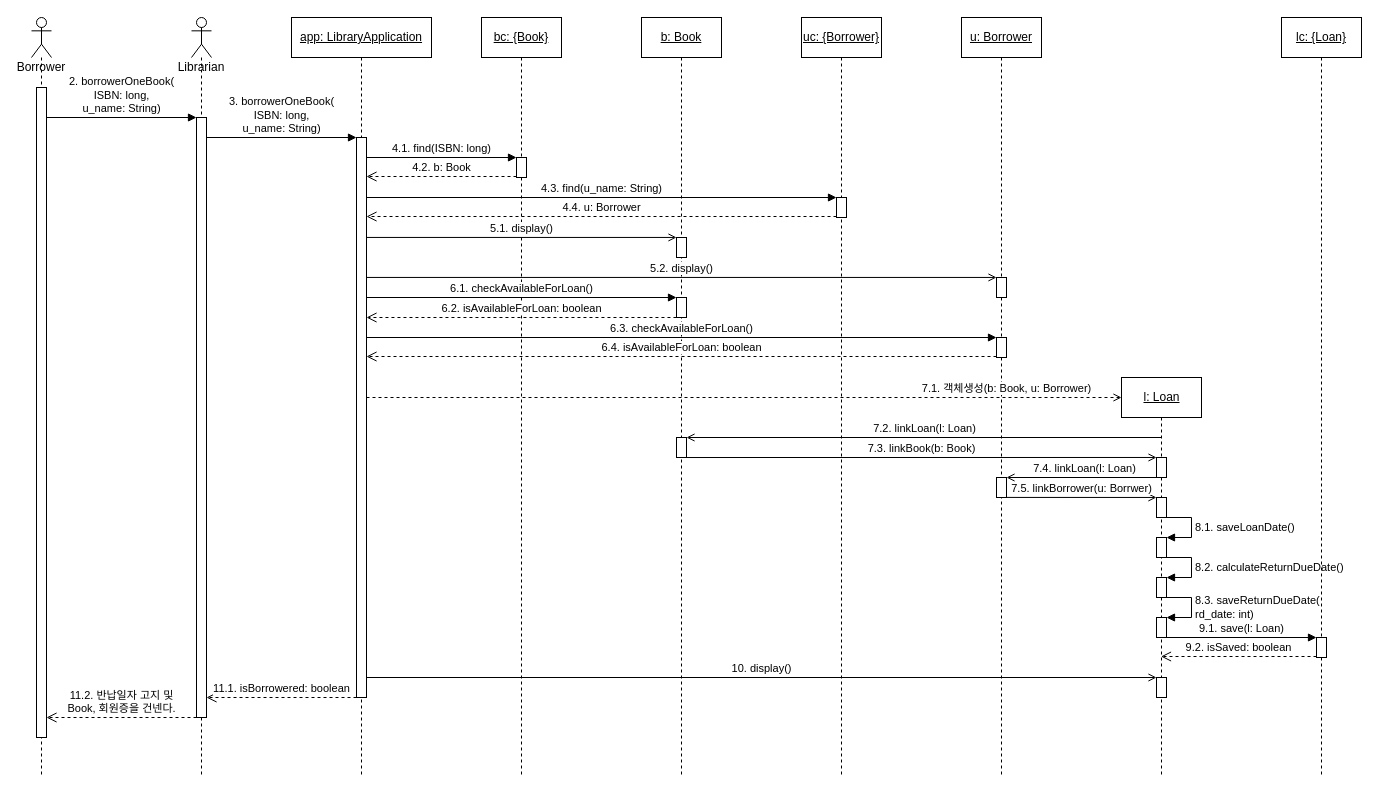
Before: UML/SD5 Borrow one book.drawio in Halozhan/2023-2-LibraryApplication, a draw.io diagram. Source tidied: cells renumbered, new cells numbered last; positions are measured from the earlier drawing's top-left corner, leaving out a move shared by most shapes. Both pictures are drawn from the tidied source at 100%, with x=0, y=0 at pixel (31, 17).
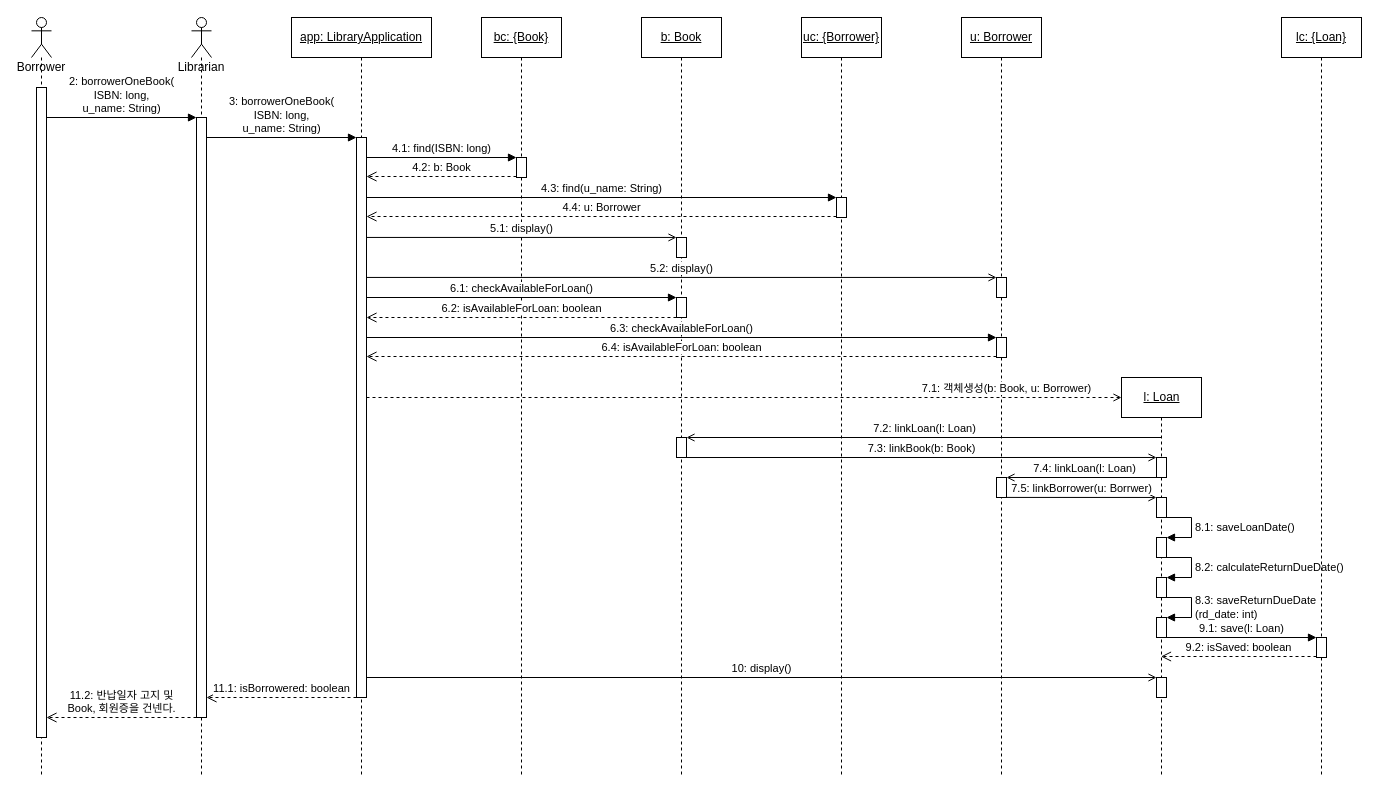
The same diagram, later.

Unchanged cells that the change refers to:
```xml
<mxCell id="4" style="html=1;points=[];perimeter=orthogonalPerimeter;" parent="2" vertex="1">
  <mxGeometry x="5" y="100" width="10" height="600" as="geometry" />
</mxCell>
<mxCell id="6" style="html=1;points=[];perimeter=orthogonalPerimeter;" parent="5" vertex="1">
  <mxGeometry x="65" y="120" width="10" height="560" as="geometry" />
</mxCell>
<mxCell id="8" style="html=1;points=[];perimeter=orthogonalPerimeter;" parent="7" vertex="1">
  <mxGeometry x="35" y="140" width="10" height="20" as="geometry" />
</mxCell>
<mxCell id="10" style="html=1;points=[];perimeter=orthogonalPerimeter;" parent="9" vertex="1">
  <mxGeometry x="35" y="220" width="10" height="20" as="geometry" />
</mxCell>
<mxCell id="11" style="html=1;points=[];perimeter=orthogonalPerimeter;" parent="9" vertex="1">
  <mxGeometry x="35" y="280" width="10" height="20" as="geometry" />
</mxCell>
<mxCell id="12" style="html=1;points=[];perimeter=orthogonalPerimeter;" parent="9" vertex="1">
  <mxGeometry x="35" y="420" width="10" height="20" as="geometry" />
</mxCell>
<mxCell id="14" style="html=1;points=[];perimeter=orthogonalPerimeter;" parent="13" vertex="1">
  <mxGeometry x="35" y="180" width="10" height="20" as="geometry" />
</mxCell>
<mxCell id="16" style="html=1;points=[];perimeter=orthogonalPerimeter;" parent="15" vertex="1">
  <mxGeometry x="35" y="260" width="10" height="20" as="geometry" />
</mxCell>
<mxCell id="17" style="html=1;points=[];perimeter=orthogonalPerimeter;" parent="15" vertex="1">
  <mxGeometry x="35" y="320" width="10" height="20" as="geometry" />
</mxCell>
<mxCell id="18" style="html=1;points=[];perimeter=orthogonalPerimeter;" parent="15" vertex="1">
  <mxGeometry x="35" y="460" width="10" height="20" as="geometry" />
</mxCell>
<mxCell id="19" style="shape=umlLifeline;perimeter=lifelinePerimeter;whiteSpace=wrap;html=1;outlineConnect=0;" parent="1" vertex="1">
  <mxGeometry x="1090" y="360" width="80" height="400" as="geometry" />
</mxCell>
<mxCell id="21" style="html=1;points=[];perimeter=orthogonalPerimeter;" parent="19" vertex="1">
  <mxGeometry x="35" y="120" width="10" height="20" as="geometry" />
</mxCell>
<mxCell id="22" style="html=1;points=[];perimeter=orthogonalPerimeter;" parent="19" vertex="1">
  <mxGeometry x="35" y="80" width="10" height="20" as="geometry" />
</mxCell>
<mxCell id="23" style="html=1;points=[];perimeter=orthogonalPerimeter;" parent="19" vertex="1">
  <mxGeometry x="35" y="160" width="10" height="20" as="geometry" />
</mxCell>
<mxCell id="25" style="html=1;points=[];perimeter=orthogonalPerimeter;" parent="19" vertex="1">
  <mxGeometry x="35" y="200" width="10" height="20" as="geometry" />
</mxCell>
<mxCell id="27" style="html=1;points=[];perimeter=orthogonalPerimeter;" parent="19" vertex="1">
  <mxGeometry x="35" y="240" width="10" height="20" as="geometry" />
</mxCell>
<mxCell id="29" style="html=1;points=[];perimeter=orthogonalPerimeter;" parent="19" vertex="1">
  <mxGeometry x="35" y="300" width="10" height="20" as="geometry" />
</mxCell>
<mxCell id="34" style="html=1;points=[];perimeter=orthogonalPerimeter;" parent="32" vertex="1">
  <mxGeometry x="5" y="70" width="10" height="650" as="geometry" />
</mxCell>
<mxCell id="44" style="html=1;points=[];perimeter=orthogonalPerimeter;" parent="43" vertex="1">
  <mxGeometry x="35" y="620" width="10" height="20" as="geometry" />
</mxCell>
<mxCell id="49" style="html=1;verticalAlign=bottom;labelBackgroundColor=none;endArrow=open;endFill=0;dashed=1;entryX=0;entryY=0.5;entryDx=0;entryDy=0;" parent="1" edge="1" source="6" target="20">
  <mxGeometry relative="1" as="geometry" />
</mxCell>
```

What changed in the source:
```diff
@@
-    <mxCell id="24" value="8.1. saveLoanDate()" style="edgeStyle=orthogonalEdgeStyle;html=1;align=left;spacingLeft=2;endArrow=block;rounded=0;entryX=1;entryY=0;" parent="19" edge="1" source="21" target="23">
+    <mxCell id="24" value="8.1: saveLoanDate()" style="edgeStyle=orthogonalEdgeStyle;html=1;align=left;spacingLeft=2;endArrow=block;rounded=0;entryX=1;entryY=0;" parent="19" edge="1" source="21" target="23">
       <mxGeometry relative="1" as="geometry">
         <Array as="points">
           <mxPoint x="70" y="140" />
           <mxPoint x="70" y="160" />
           <mxPoint x="45" y="160" />
         </Array>
       </mxGeometry>
     </mxCell>
@@
-    <mxCell id="26" value="8.2. calculateReturnDueDate()" style="edgeStyle=orthogonalEdgeStyle;html=1;align=left;spacingLeft=2;endArrow=block;rounded=0;entryX=1;entryY=0;" parent="19" edge="1" source="23" target="25">
+    <mxCell id="26" value="8.2: calculateReturnDueDate()" style="edgeStyle=orthogonalEdgeStyle;html=1;align=left;spacingLeft=2;endArrow=block;rounded=0;entryX=1;entryY=0;" parent="19" edge="1" source="23" target="25">
       <mxGeometry relative="1" as="geometry">
         <Array as="points">
           <mxPoint x="70" y="180" />
           <mxPoint x="70" y="200" />
           <mxPoint x="45" y="200" />
         </Array>
       </mxGeometry>
     </mxCell>
@@
-    <mxCell id="28" value="8.3. saveReturnDueDate(&lt;br&gt;rd_date: int)" style="edgeStyle=orthogonalEdgeStyle;html=1;align=left;spacingLeft=2;endArrow=block;rounded=0;entryX=1;entryY=0;" parent="19" edge="1" source="25" target="27">
+    <mxCell id="28" value="8.3: saveReturnDueDate&lt;br&gt;(rd_date: int)" style="edgeStyle=orthogonalEdgeStyle;html=1;align=left;spacingLeft=2;endArrow=block;rounded=0;entryX=1;entryY=0;" parent="19" edge="1" source="25" target="27">
       <mxGeometry relative="1" as="geometry">
         <Array as="points">
           <mxPoint x="70" y="220" />
           <mxPoint x="70" y="240" />
           <mxPoint x="45" y="240" />
         </Array>
       </mxGeometry>
     </mxCell>
@@
-    <mxCell id="30" value="2. borrowerOneBook(&lt;br&gt;ISBN: long,&lt;br&gt;u_name: String)" style="html=1;verticalAlign=bottom;endArrow=block;entryX=0;entryY=0;" parent="1" edge="1" source="34" target="4">
+    <mxCell id="30" value="2: borrowerOneBook(&lt;br&gt;ISBN: long,&lt;br&gt;u_name: String)" style="html=1;verticalAlign=bottom;endArrow=block;entryX=0;entryY=0;" parent="1" edge="1" source="34" target="4">
       <mxGeometry relative="1" as="geometry" />
     </mxCell>
-    <mxCell id="31" value="11.2. 반납일자 고지 및&lt;br&gt;Book, 회원증을 건넨다." style="html=1;verticalAlign=bottom;endArrow=open;dashed=1;endSize=8;exitX=0.001;exitY=1;exitDx=0;exitDy=0;exitPerimeter=0;" parent="1" edge="1" source="4" target="34">
+    <mxCell id="31" value="11.2: 반납일자 고지 및&lt;br&gt;Book, 회원증을 건넨다." style="html=1;verticalAlign=bottom;endArrow=open;dashed=1;endSize=8;exitX=0.001;exitY=1;exitDx=0;exitDy=0;exitPerimeter=0;" parent="1" edge="1" source="4" target="34">
       <mxGeometry relative="1" as="geometry" />
     </mxCell>
@@
-    <mxCell id="35" value="3. borrowerOneBook(&lt;br&gt;ISBN: long,&lt;br&gt;u_name: String)" style="html=1;verticalAlign=bottom;endArrow=block;entryX=0;entryY=0;" parent="1" edge="1" source="4" target="6">
+    <mxCell id="35" value="3: borrowerOneBook(&lt;br&gt;ISBN: long,&lt;br&gt;u_name: String)" style="html=1;verticalAlign=bottom;endArrow=block;entryX=0;entryY=0;" parent="1" edge="1" source="4" target="6">
       <mxGeometry relative="1" as="geometry" />
     </mxCell>
-    <mxCell id="36" value="11.1. isBorrowered: boolean" style="html=1;verticalAlign=bottom;endArrow=open;dashed=1;endSize=8;exitX=0.001;exitY=1;exitDx=0;exitDy=0;exitPerimeter=0;" parent="1" edge="1" source="6" target="4">
+    <mxCell id="36" value="11.1: isBorrowered: boolean" style="html=1;verticalAlign=bottom;endArrow=open;dashed=1;endSize=8;exitX=0.001;exitY=1;exitDx=0;exitDy=0;exitPerimeter=0;" parent="1" edge="1" source="6" target="4">
       <mxGeometry relative="1" as="geometry" />
     </mxCell>
-    <mxCell id="37" value="4.1. find(ISBN: long)" style="html=1;verticalAlign=bottom;endArrow=block;entryX=0;entryY=0;" parent="1" edge="1" source="6" target="8">
+    <mxCell id="37" value="4.1: find(ISBN: long)" style="html=1;verticalAlign=bottom;endArrow=block;entryX=0;entryY=0;" parent="1" edge="1" source="6" target="8">
       <mxGeometry relative="1" as="geometry" />
     </mxCell>
-    <mxCell id="38" value="4.2. b: Book" style="html=1;verticalAlign=bottom;endArrow=open;dashed=1;endSize=8;exitX=0;exitY=0.95;" parent="1" edge="1" source="8" target="6">
+    <mxCell id="38" value="4.2: b: Book" style="html=1;verticalAlign=bottom;endArrow=open;dashed=1;endSize=8;exitX=0;exitY=0.95;" parent="1" edge="1" source="8" target="6">
       <mxGeometry relative="1" as="geometry" />
     </mxCell>
-    <mxCell id="39" value="4.3. find(u_name: String)" style="html=1;verticalAlign=bottom;endArrow=block;entryX=0;entryY=0;" parent="1" edge="1" source="6" target="14">
+    <mxCell id="39" value="4.3: find(u_name: String)" style="html=1;verticalAlign=bottom;endArrow=block;entryX=0;entryY=0;" parent="1" edge="1" source="6" target="14">
       <mxGeometry relative="1" as="geometry" />
     </mxCell>
-    <mxCell id="40" value="4.4. u: Borrower" style="html=1;verticalAlign=bottom;endArrow=open;dashed=1;endSize=8;exitX=0;exitY=0.95;" parent="1" edge="1" source="14" target="6">
+    <mxCell id="40" value="4.4: u: Borrower" style="html=1;verticalAlign=bottom;endArrow=open;dashed=1;endSize=8;exitX=0;exitY=0.95;" parent="1" edge="1" source="14" target="6">
       <mxGeometry relative="1" as="geometry" />
     </mxCell>
-    <mxCell id="41" value="5.1. display()" style="html=1;verticalAlign=bottom;endArrow=open;entryX=0.001;entryY=-0.003;entryDx=0;entryDy=0;entryPerimeter=0;endFill=0;" parent="1" edge="1" source="6" target="10">
+    <mxCell id="41" value="5.1: display()" style="html=1;verticalAlign=bottom;endArrow=open;entryX=0.001;entryY=-0.003;entryDx=0;entryDy=0;entryPerimeter=0;endFill=0;" parent="1" edge="1" source="6" target="10">
       <mxGeometry relative="1" as="geometry" />
     </mxCell>
-    <mxCell id="42" value="5.2. display()" style="html=1;verticalAlign=bottom;endArrow=open;entryX=0.001;entryY=-0.003;entryDx=0;entryDy=0;entryPerimeter=0;endFill=0;" parent="1" edge="1" source="6" target="16">
+    <mxCell id="42" value="5.2: display()" style="html=1;verticalAlign=bottom;endArrow=open;entryX=0.001;entryY=-0.003;entryDx=0;entryDy=0;entryPerimeter=0;endFill=0;" parent="1" edge="1" source="6" target="16">
       <mxGeometry relative="1" as="geometry" />
     </mxCell>
@@
-    <mxCell id="45" value="6.1. checkAvailableForLoan()" style="html=1;verticalAlign=bottom;endArrow=block;entryX=0;entryY=0;" parent="1" edge="1" source="6" target="11">
+    <mxCell id="45" value="6.1: checkAvailableForLoan()" style="html=1;verticalAlign=bottom;endArrow=block;entryX=0;entryY=0;" parent="1" edge="1" source="6" target="11">
       <mxGeometry relative="1" as="geometry" />
     </mxCell>
-    <mxCell id="46" value="6.2. isAvailableForLoan: boolean" style="html=1;verticalAlign=bottom;endArrow=open;dashed=1;endSize=8;exitX=-0.004;exitY=1;exitDx=0;exitDy=0;exitPerimeter=0;" parent="1" edge="1" source="11" target="6">
+    <mxCell id="46" value="6.2: isAvailableForLoan: boolean" style="html=1;verticalAlign=bottom;endArrow=open;dashed=1;endSize=8;exitX=-0.004;exitY=1;exitDx=0;exitDy=0;exitPerimeter=0;" parent="1" edge="1" source="11" target="6">
       <mxGeometry relative="1" as="geometry" />
     </mxCell>
-    <mxCell id="47" value="6.3. checkAvailableForLoan()" style="html=1;verticalAlign=bottom;endArrow=block;entryX=0;entryY=0;" parent="1" edge="1" source="6" target="17">
+    <mxCell id="47" value="6.3: checkAvailableForLoan()" style="html=1;verticalAlign=bottom;endArrow=block;entryX=0;entryY=0;" parent="1" edge="1" source="6" target="17">
       <mxGeometry relative="1" as="geometry" />
     </mxCell>
-    <mxCell id="48" value="6.4. isAvailableForLoan: boolean" style="html=1;verticalAlign=bottom;endArrow=open;dashed=1;endSize=8;exitX=0;exitY=0.95;" parent="1" edge="1" source="17" target="6">
+    <mxCell id="48" value="6.4: isAvailableForLoan: boolean" style="html=1;verticalAlign=bottom;endArrow=open;dashed=1;endSize=8;exitX=0;exitY=0.95;" parent="1" edge="1" source="17" target="6">
       <mxGeometry relative="1" as="geometry" />
     </mxCell>
@@
-    <mxCell id="50" value="7.1. 객체생성(b: Book, u: Borrower)" style="edgeLabel;html=1;align=center;verticalAlign=middle;" parent="49" vertex="1">
+    <mxCell id="50" value="7.1: 객체생성(b: Book, u: Borrower)" style="edgeLabel;html=1;align=center;verticalAlign=middle;" parent="49" vertex="1">
       <mxGeometry x="0.09" y="-2" relative="1" as="geometry">
         <mxPoint x="228" y="-12" as="offset" />
       </mxGeometry>
     </mxCell>
-    <mxCell id="51" value="7.2. linkLoan(l: Loan)" style="html=1;verticalAlign=bottom;endArrow=open;entryX=1;entryY=0;endFill=0;" parent="1" edge="1" source="19" target="12">
+    <mxCell id="51" value="7.2: linkLoan(l: Loan)" style="html=1;verticalAlign=bottom;endArrow=open;entryX=1;entryY=0;endFill=0;" parent="1" edge="1" source="19" target="12">
       <mxGeometry relative="1" as="geometry" />
     </mxCell>
-    <mxCell id="52" value="7.3. linkBook(b: Book)" style="html=1;verticalAlign=bottom;endArrow=open;entryX=0.002;entryY=-0.001;entryDx=0;entryDy=0;entryPerimeter=0;exitX=1.005;exitY=1.001;exitDx=0;exitDy=0;exitPerimeter=0;endFill=0;" parent="1" edge="1" source="12" target="22">
+    <mxCell id="52" value="7.3: linkBook(b: Book)" style="html=1;verticalAlign=bottom;endArrow=open;entryX=0.002;entryY=-0.001;entryDx=0;entryDy=0;entryPerimeter=0;exitX=1.005;exitY=1.001;exitDx=0;exitDy=0;exitPerimeter=0;endFill=0;" parent="1" edge="1" source="12" target="22">
       <mxGeometry relative="1" as="geometry" />
     </mxCell>
-    <mxCell id="53" value="7.4. linkLoan(l: Loan)" style="html=1;verticalAlign=bottom;endArrow=open;entryX=1;entryY=0;endFill=0;" parent="1" edge="1" source="19" target="18">
+    <mxCell id="53" value="7.4: linkLoan(l: Loan)" style="html=1;verticalAlign=bottom;endArrow=open;entryX=1;entryY=0;endFill=0;" parent="1" edge="1" source="19" target="18">
       <mxGeometry relative="1" as="geometry" />
     </mxCell>
-    <mxCell id="54" value="7.5. linkBorrower(u: Borrwer)" style="html=1;verticalAlign=bottom;endArrow=open;exitX=1.002;exitY=0.996;exitDx=0;exitDy=0;exitPerimeter=0;entryX=-0.003;entryY=-0.002;entryDx=0;entryDy=0;entryPerimeter=0;endFill=0;" parent="1" edge="1" source="18" target="21">
+    <mxCell id="54" value="7.5: linkBorrower(u: Borrwer)" style="html=1;verticalAlign=bottom;endArrow=open;exitX=1.002;exitY=0.996;exitDx=0;exitDy=0;exitPerimeter=0;entryX=-0.003;entryY=-0.002;entryDx=0;entryDy=0;entryPerimeter=0;endFill=0;" parent="1" edge="1" source="18" target="21">
       <mxGeometry relative="1" as="geometry" />
     </mxCell>
-    <mxCell id="55" value="9.1. save(l: Loan)" style="html=1;verticalAlign=bottom;endArrow=block;entryX=0;entryY=0;" parent="1" edge="1" source="27" target="44">
+    <mxCell id="55" value="9.1: save(l: Loan)" style="html=1;verticalAlign=bottom;endArrow=block;entryX=0;entryY=0;" parent="1" edge="1" source="27" target="44">
       <mxGeometry relative="1" as="geometry" />
     </mxCell>
-    <mxCell id="56" value="9.2. isSaved: boolean" style="html=1;verticalAlign=bottom;endArrow=open;dashed=1;endSize=8;exitX=0;exitY=0.95;" parent="1" edge="1" source="44" target="19">
+    <mxCell id="56" value="9.2: isSaved: boolean" style="html=1;verticalAlign=bottom;endArrow=open;dashed=1;endSize=8;exitX=0;exitY=0.95;" parent="1" edge="1" source="44" target="19">
       <mxGeometry relative="1" as="geometry" />
     </mxCell>
-    <mxCell id="57" value="10. display()" style="html=1;verticalAlign=bottom;startArrow=none;endArrow=open;startSize=8;startFill=0;endFill=0;" parent="1" edge="1" source="6" target="29">
+    <mxCell id="57" value="10: display()" style="html=1;verticalAlign=bottom;startArrow=none;endArrow=open;startSize=8;startFill=0;endFill=0;" parent="1" edge="1" source="6" target="29">
       <mxGeometry relative="1" as="geometry" />
     </mxCell>
```
